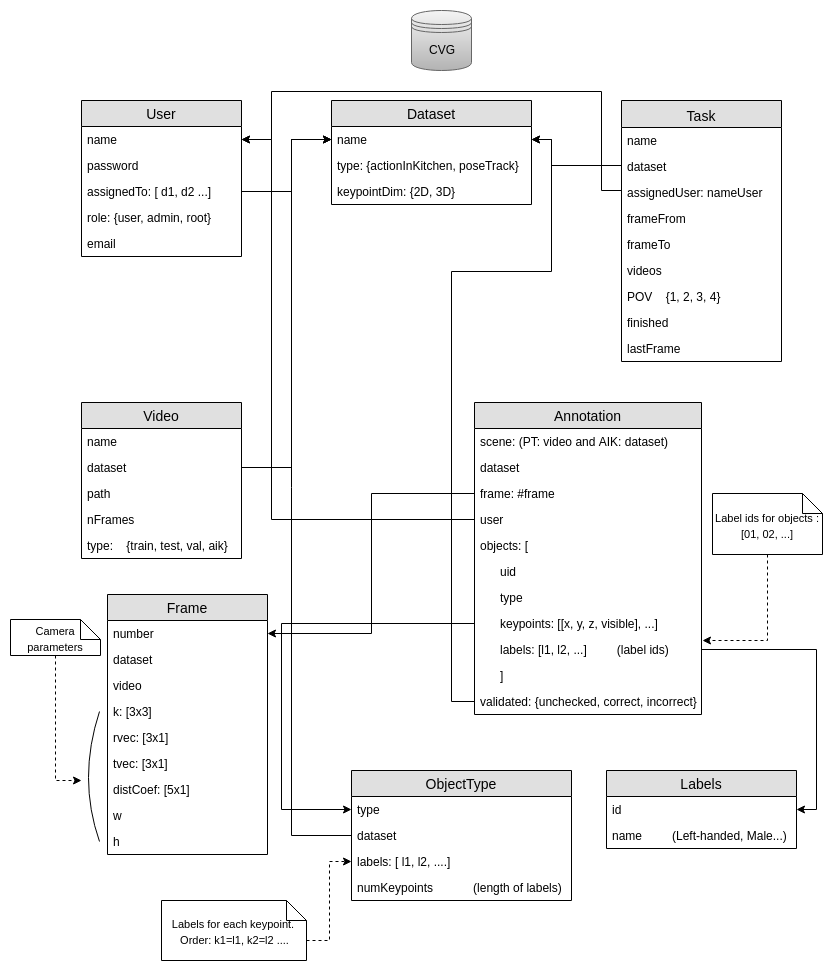
bonn-activity-maps/bam_annotation_tool keeps this draw.io diagram as images/CVG_BBDD.png. Above is the earlier version. Source tidied: cells renumbered, new cells last; positions are measured from the earlier drawing's top-left corner, leaving out a move shared by most shapes.
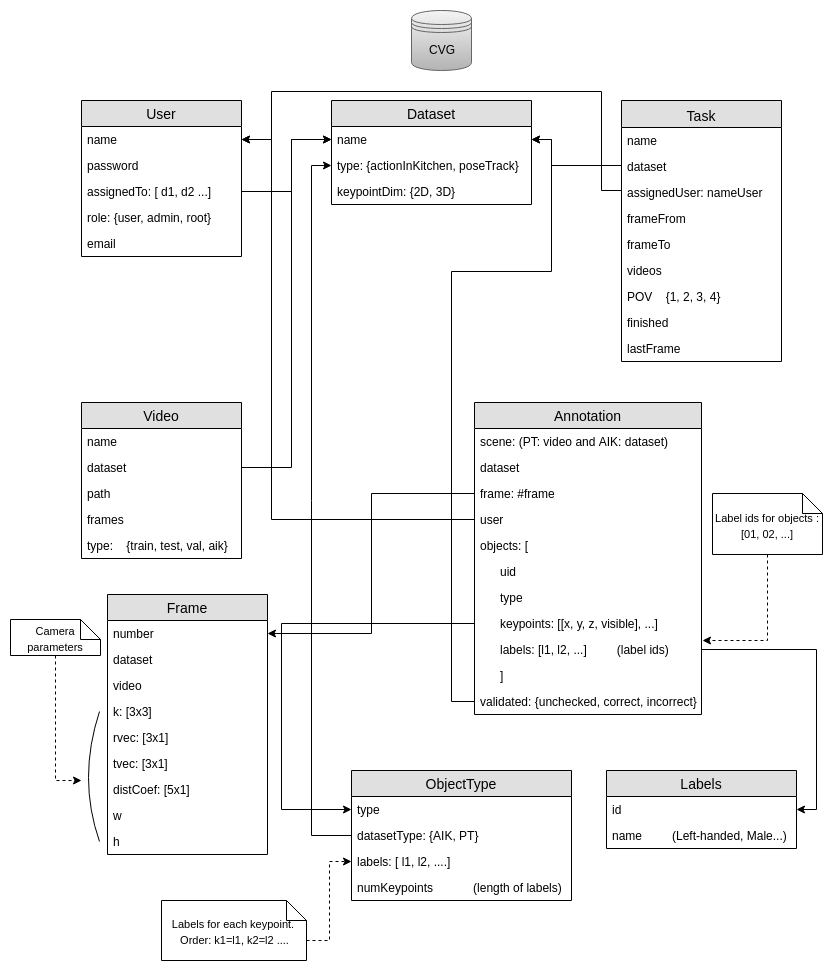
The same diagram one commit later.

Commit message:
#51 Fix error with name of frames (temporal)

The edit, as a diff of the source:
```diff
@@ -85,7 +85,7 @@
     <mxCell id="27" value="type" style="text;strokeColor=none;fillColor=none;spacingLeft=4;spacingRight=4;overflow=hidden;points=[[0,0.5],[1,0.5]];portConstraint=eastwest;fontSize=12;" parent="26" vertex="1">
       <mxGeometry y="26" width="220" height="26" as="geometry" />
     </mxCell>
-    <mxCell id="28" value="dataset" style="text;strokeColor=none;fillColor=none;spacingLeft=4;spacingRight=4;overflow=hidden;points=[[0,0.5],[1,0.5]];portConstraint=eastwest;fontSize=12;" parent="26" vertex="1">
+    <mxCell id="28" value="datasetType: {AIK, PT}" style="text;strokeColor=none;fillColor=none;spacingLeft=4;spacingRight=4;overflow=hidden;points=[[0,0.5],[1,0.5]];portConstraint=eastwest;fontSize=12;" parent="26" vertex="1">
       <mxGeometry y="52" width="220" height="26" as="geometry" />
     </mxCell>
     <mxCell id="29" value="labels: [ l1, l2, ....]" style="text;strokeColor=none;fillColor=none;spacingLeft=4;spacingRight=4;overflow=hidden;points=[[0,0.5],[1,0.5]];portConstraint=eastwest;fontSize=12;" parent="26" vertex="1">
@@ -190,7 +190,7 @@
     <mxCell id="55" value="path" style="text;strokeColor=none;fillColor=none;spacingLeft=4;spacingRight=4;overflow=hidden;fontSize=12;" parent="52" vertex="1">
       <mxGeometry y="78" width="160" height="26" as="geometry" />
     </mxCell>
-    <mxCell id="56" value="nFrames&#10;" style="text;strokeColor=none;fillColor=none;spacingLeft=4;spacingRight=4;overflow=hidden;fontSize=12;" parent="52" vertex="1">
+    <mxCell id="56" value="frames&#10;" style="text;strokeColor=none;fillColor=none;spacingLeft=4;spacingRight=4;overflow=hidden;fontSize=12;" parent="52" vertex="1">
       <mxGeometry y="104" width="160" height="26" as="geometry" />
     </mxCell>
     <mxCell id="57" value="type:    {train, test, val, aik}&#10;" style="text;strokeColor=none;fillColor=none;spacingLeft=4;spacingRight=4;overflow=hidden;fontSize=12;" parent="52" vertex="1">
@@ -265,14 +265,6 @@
         </Array>
       </mxGeometry>
     </mxCell>
-    <mxCell id="74" style="edgeStyle=orthogonalEdgeStyle;rounded=0;jettySize=auto;html=1;exitX=0;exitY=0.5;exitDx=0;exitDy=0;entryX=0;entryY=0.5;entryDx=0;entryDy=0;" parent="1" edge="1" source="28" target="10">
-      <mxGeometry relative="1" as="geometry">
-        <Array as="points">
-          <mxPoint x="281" y="825" />
-          <mxPoint x="281" y="129" />
-        </Array>
-      </mxGeometry>
-    </mxCell>
     <mxCell id="75" style="edgeStyle=orthogonalEdgeStyle;rounded=0;jettySize=auto;html=1;exitX=1;exitY=0.5;exitDx=0;exitDy=0;entryX=0;entryY=0.5;entryDx=0;entryDy=0;" parent="1" edge="1" source="54" target="10">
       <mxGeometry relative="1" as="geometry">
         <Array as="points">
@@ -281,5 +273,8 @@
         </Array>
       </mxGeometry>
     </mxCell>
+    <mxCell id="76" style="edgeStyle=orthogonalEdgeStyle;rounded=0;jettySize=auto;html=1;exitX=0;exitY=0.5;exitDx=0;exitDy=0;entryX=0;entryY=0.5;entryDx=0;entryDy=0;" parent="1" edge="1" source="28" target="11">
+      <mxGeometry relative="1" as="geometry" />
+    </mxCell>
   </root>
 </mxGraphModel>
```
